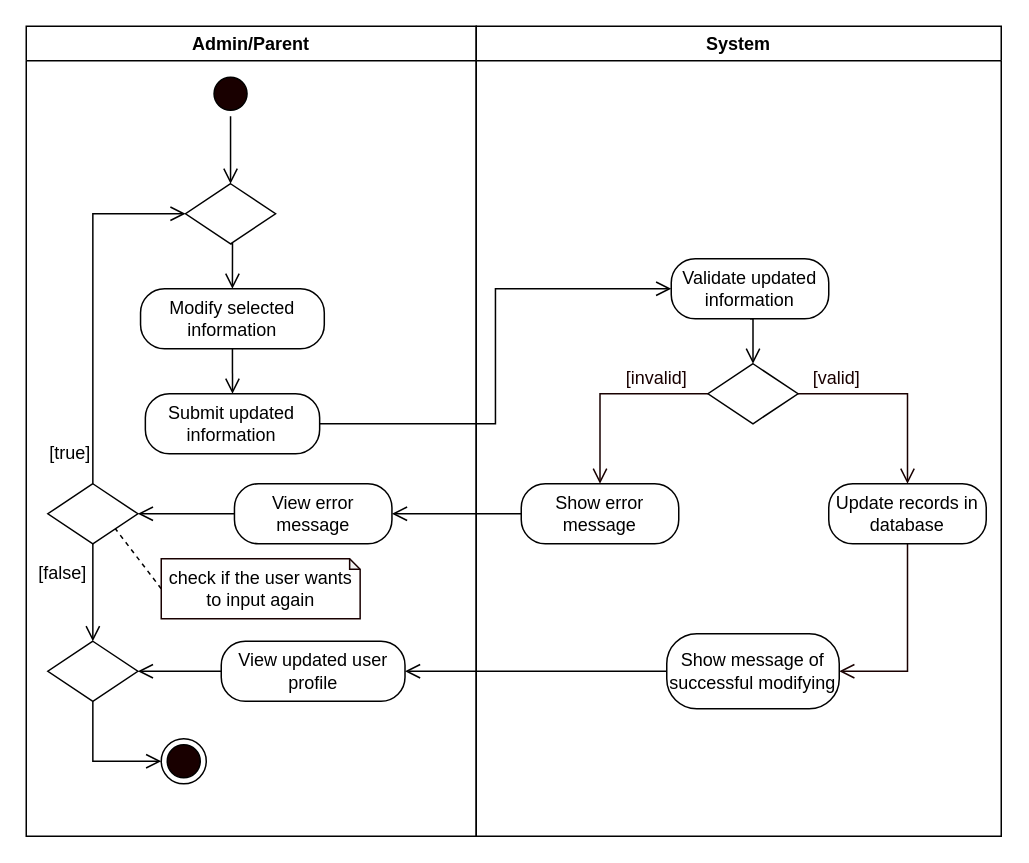
The draw.io diagram page "Update User Profile" (6 of 12) of REVISIONS/UML-DIAGRAMS/6-28-2021/ACTIVITY DIAGRAM/ACTIVITY DIAGRAM.drawio in mrklglsn/CAPSTONE-FILES, before the edit. Source tidied: cells renumbered, new cells numbered last; positions are measured from the earlier drawing's top-left corner, leaving out a move shared by most shapes. Both pictures are drawn from the tidied source at 150%, with x=0, y=0 at pixel (24, 26).
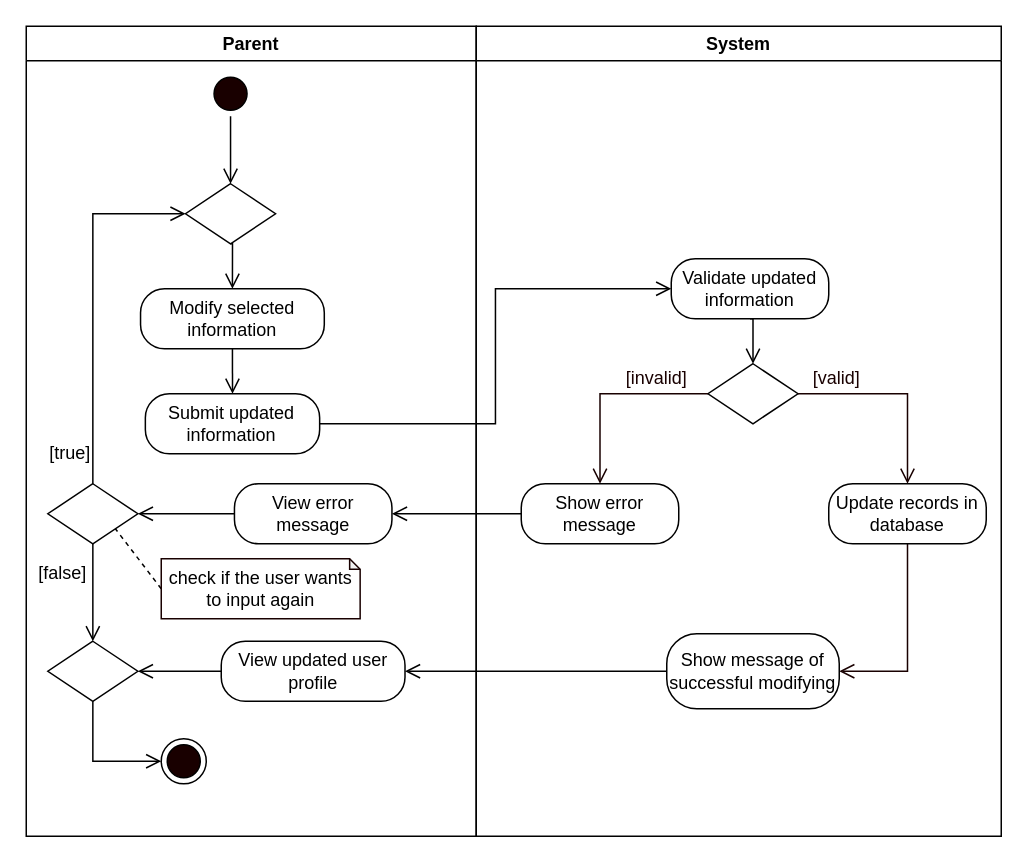
The same diagram, later.

What changed in the source:
```diff
@@
-    <mxCell id="2" value="Admin/Parent" style="swimlane;startSize=23;" parent="1" vertex="1">
+    <mxCell id="2" value="Parent" style="swimlane;startSize=23;" parent="1" vertex="1">
       <mxGeometry x="1" width="300" height="540" as="geometry" />
     </mxCell>
```
